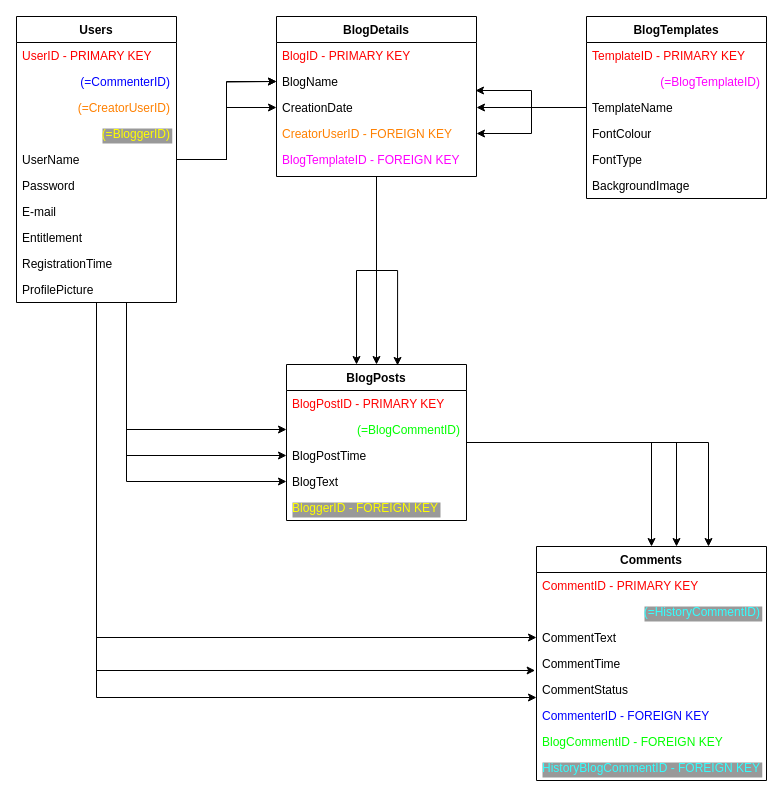
Earlier version of the draw.io diagram Untitled Diagram.drawio (BKKrisztina/HomeWork). Source tidied: cells renumbered, new cells numbered last; positions are measured from the earlier drawing's top-left corner, leaving out a move shared by most shapes. Both pictures are drawn from the tidied source at 100%, with x=0, y=0 at pixel (16, 16).
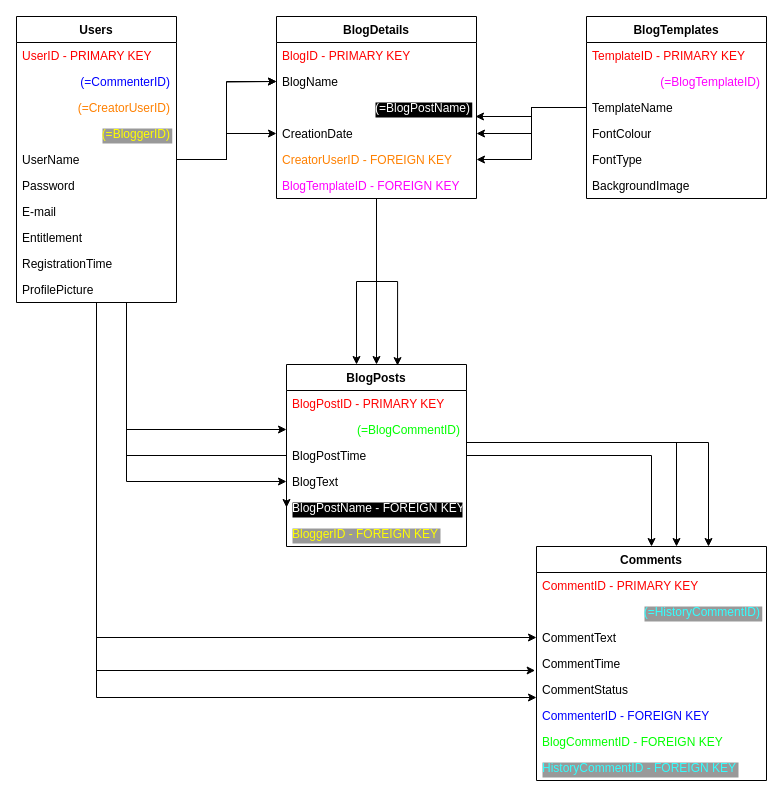
Above is the later version.

Unchanged cells that the change refers to:
```xml
<mxCell id="31" value="Comments" style="swimlane;fontStyle=1;align=center;verticalAlign=top;horizontal=1;startSize=26;rounded=0;shadow=0;strokeWidth=1;" parent="1" vertex="1">
  <mxGeometry x="520" y="530" width="230" height="234" as="geometry" />
</mxCell>
```

Change to the diagram source:
```diff
@@
     <mxCell id="25" value="BlogDetails" style="swimlane;fontStyle=1;align=center;verticalAlign=top;horizontal=1;startSize=26;rounded=0;shadow=0;strokeWidth=1;" parent="1" vertex="1">
-      <mxGeometry x="260" width="200" height="160" as="geometry" />
+      <mxGeometry x="260" width="200" height="182" as="geometry" />
     </mxCell>
@@
+    <mxCell id="59" value="(=BlogPostName)" style="text;align=right;verticalAlign=top;spacingLeft=4;spacingRight=4;overflow=hidden;rounded=0;shadow=0;html=0;fontColor=#FFFFFF;labelBackgroundColor=#000000;" parent="25" vertex="1">
+      <mxGeometry y="78" width="200" height="26" as="geometry" />
+    </mxCell>
     <mxCell id="28" value="CreationDate" style="text;align=left;verticalAlign=top;spacingLeft=4;spacingRight=4;overflow=hidden;points=[[0,0.5],[1,0.5]];portConstraint=eastwest;" parent="25" vertex="1">
-      <mxGeometry y="78" width="200" height="26" as="geometry" />
+      <mxGeometry y="104" width="200" height="26" as="geometry" />
     </mxCell>
     <mxCell id="29" value="CreatorUserID - FOREIGN KEY" style="text;align=left;verticalAlign=top;spacingLeft=4;spacingRight=4;overflow=hidden;points=[[0,0.5],[1,0.5]];portConstraint=eastwest;fontStyle=0;fontColor=#FF8000;" parent="25" vertex="1">
-      <mxGeometry y="104" width="200" height="26" as="geometry" />
+      <mxGeometry y="130" width="200" height="26" as="geometry" />
     </mxCell>
     <mxCell id="30" value="BlogTemplateID - FOREIGN KEY" style="text;align=left;verticalAlign=top;spacingLeft=4;spacingRight=4;overflow=hidden;fontColor=#FF00FF;" parent="25" vertex="1">
-      <mxGeometry y="130" width="200" height="26" as="geometry" />
+      <mxGeometry y="156" width="200" height="26" as="geometry" />
     </mxCell>
@@
-    <mxCell id="39" value="HistoryBlogCommentID - FOREIGN KEY" style="text;align=left;verticalAlign=top;spacingLeft=4;spacingRight=4;overflow=hidden;fontColor=#33FFFF;labelBackgroundColor=#999999;" parent="31" vertex="1">
+    <mxCell id="39" value="HistoryCommentID - FOREIGN KEY" style="text;align=left;verticalAlign=top;spacingLeft=4;spacingRight=4;overflow=hidden;fontColor=#33FFFF;labelBackgroundColor=#999999;" parent="31" vertex="1">
       <mxGeometry y="208" width="230" height="26" as="geometry" />
     </mxCell>
@@
     <mxCell id="53" value="BlogPosts" style="swimlane;fontStyle=1;align=center;verticalAlign=top;horizontal=1;startSize=26;rounded=0;shadow=0;strokeWidth=1;" parent="1" vertex="1">
-      <mxGeometry x="270" y="348" width="180" height="156" as="geometry" />
+      <mxGeometry x="270" y="348" width="180" height="182" as="geometry" />
     </mxCell>
@@
+    <mxCell id="60" value="BlogPostTime" style="text;align=left;verticalAlign=top;spacingLeft=4;spacingRight=4;overflow=hidden;rounded=0;shadow=0;html=0;" parent="53" vertex="1">
+      <mxGeometry y="78" width="180" height="26" as="geometry" />
+    </mxCell>
+    <mxCell id="57" value="BlogText" style="text;align=left;verticalAlign=top;spacingLeft=4;spacingRight=4;overflow=hidden;points=[[0,0.5],[1,0.5]];portConstraint=eastwest;rounded=0;shadow=0;html=0;" parent="53" vertex="1">
+      <mxGeometry y="104" width="180" height="26" as="geometry" />
+    </mxCell>
-    <mxCell id="56" value="BlogPostTime" style="text;align=left;verticalAlign=top;spacingLeft=4;spacingRight=4;overflow=hidden;points=[[0,0.5],[1,0.5]];portConstraint=eastwest;rounded=0;shadow=0;html=0;" parent="53" vertex="1">
-      <mxGeometry y="78" width="180" height="26" as="geometry" />
+    <mxCell id="56" value="BlogPostName - FOREIGN KEY" style="text;align=left;verticalAlign=top;spacingLeft=4;spacingRight=4;overflow=hidden;points=[[0,0.5],[1,0.5]];portConstraint=eastwest;rounded=0;shadow=0;html=0;fontColor=#FFFFFF;labelBackgroundColor=#000000;" parent="53" vertex="1">
+      <mxGeometry y="130" width="180" height="26" as="geometry" />
     </mxCell>
-    <mxCell id="57" value="BlogText" style="text;align=left;verticalAlign=top;spacingLeft=4;spacingRight=4;overflow=hidden;points=[[0,0.5],[1,0.5]];portConstraint=eastwest;rounded=0;shadow=0;html=0;" parent="53" vertex="1">
-      <mxGeometry y="104" width="180" height="26" as="geometry" />
-    </mxCell>
     <mxCell id="58" value="BloggerID - FOREIGN KEY" style="text;align=left;verticalAlign=top;spacingLeft=4;spacingRight=4;overflow=hidden;rounded=0;shadow=0;html=0;fontColor=#FFFF00;labelBackgroundColor=#999999;" parent="53" vertex="1">
-      <mxGeometry y="130" width="180" height="26" as="geometry" />
+      <mxGeometry y="156" width="180" height="26" as="geometry" />
     </mxCell>
```
